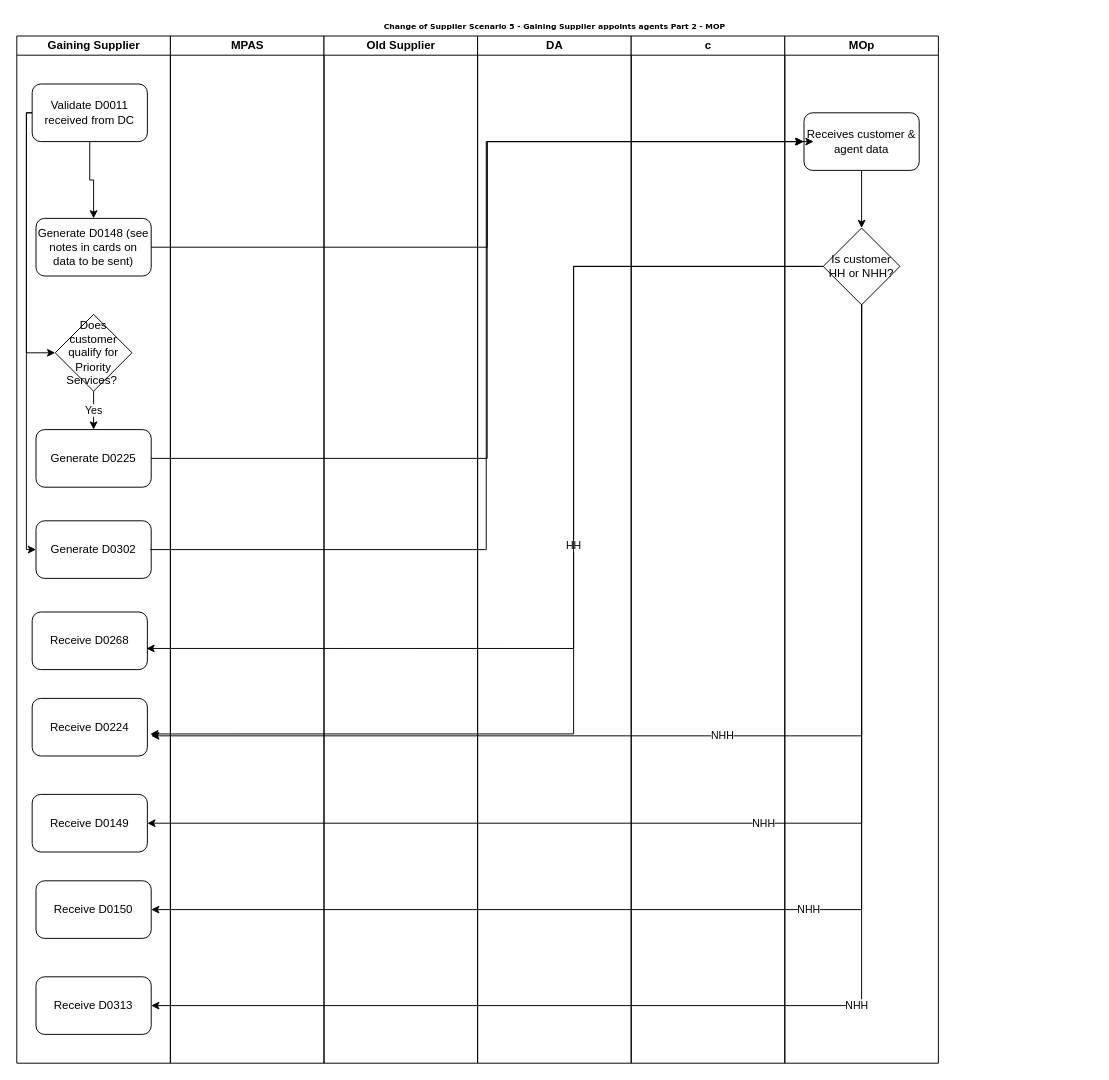
andykanu/energy-business-processes keeps this draw.io diagram as Gaining Customer Electricity Scenario 6.drawio. Above is the earlier version. Source tidied: cells renumbered, new cells numbered last; positions are measured from the earlier drawing's top-left corner, leaving out a move shared by most shapes. Both pictures are drawn from the tidied source at 96%, with x=0, y=0 at pixel (16, 16).
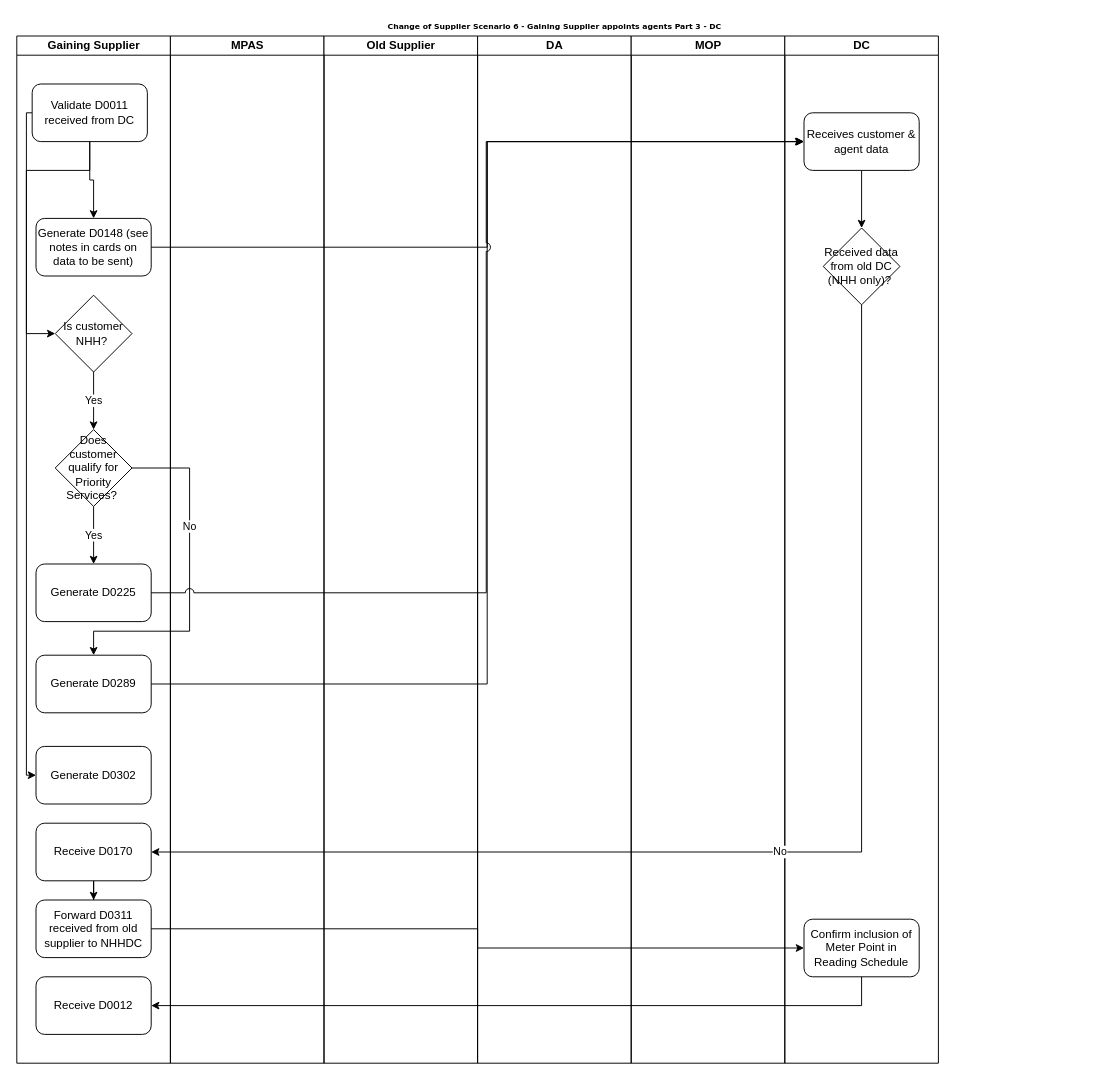
Above is the later version.

Unchanged cells that the change refers to:
```xml
<mxCell id="3" value="Gaining Supplier" style="swimlane;html=1;startSize=20;" parent="2" vertex="1">
  <mxGeometry y="20" width="160" height="1070" as="geometry" />
</mxCell>
<mxCell id="8" value="Validate D0011 received from DC" style="rounded=1;whiteSpace=wrap;html=1;" parent="3" vertex="1">
  <mxGeometry x="16" y="50" width="120" height="60" as="geometry" />
</mxCell>
<mxCell id="25" value="Receives customer &amp;amp; agent data" style="rounded=1;whiteSpace=wrap;html=1;" parent="23" vertex="1">
  <mxGeometry x="20" y="80" width="120" height="60" as="geometry" />
</mxCell>
```

The edit, as a diff of the source:
```diff
@@
-    <mxCell id="2" value="Change of Supplier Scenario 5 - Gaining Supplier appoints agents Part 2 - MOP" style="swimlane;html=1;startSize=20;rounded=0;shadow=0;labelBackgroundColor=none;strokeColor=none;strokeWidth=1;fillColor=#ffffff;fontFamily=Verdana;fontSize=8;fontColor=#000000;align=center;" parent="1" vertex="1">
+    <mxCell id="2" value="Change of Supplier Scenario 6 - Gaining Supplier appoints agents Part 3 - DC" style="swimlane;html=1;startSize=20;rounded=0;shadow=0;labelBackgroundColor=none;strokeColor=none;strokeWidth=1;fillColor=#ffffff;fontFamily=Verdana;fontSize=8;fontColor=#000000;align=center;" parent="1" vertex="1">
       <mxGeometry width="1120" height="1090" as="geometry" />
     </mxCell>
@@
-    <mxCell id="6" style="edgeStyle=orthogonalEdgeStyle;rounded=0;jettySize=auto;html=1;entryX=0;entryY=0.5;entryDx=0;entryDy=0;" parent="3" edge="1" source="8" target="11">
+    <mxCell id="6" style="edgeStyle=orthogonalEdgeStyle;rounded=0;jettySize=auto;html=1;entryX=0;entryY=0.5;entryDx=0;entryDy=0;" parent="3" edge="1" source="8" target="38">
       <mxGeometry relative="1" as="geometry">
         <Array as="points">
           <mxPoint x="10" y="80" />
-          <mxPoint x="10" y="330" />
+          <mxPoint x="10" y="310" />
         </Array>
       </mxGeometry>
     </mxCell>
     <mxCell id="7" style="edgeStyle=orthogonalEdgeStyle;rounded=0;jettySize=auto;html=1;entryX=0;entryY=0.5;entryDx=0;entryDy=0;" parent="3" edge="1" source="8" target="13">
       <mxGeometry relative="1" as="geometry">
         <Array as="points">
-          <mxPoint x="10" y="80" />
-          <mxPoint x="10" y="535" />
+          <mxPoint x="76" y="140" />
+          <mxPoint x="10" y="140" />
+          <mxPoint x="10" y="770" />
         </Array>
       </mxGeometry>
     </mxCell>
@@
+    <mxCell id="36" value="No" style="edgeStyle=orthogonalEdgeStyle;rounded=0;jettySize=auto;html=1;exitX=1;exitY=0.5;exitDx=0;exitDy=0;entryX=0.5;entryY=0;entryDx=0;entryDy=0;jumpStyle=arc;jumpSize=9;" parent="3" edge="1" source="11" target="39">
+      <mxGeometry x="-0.32" relative="1" as="geometry">
+        <Array as="points">
+          <mxPoint x="180" y="450" />
+          <mxPoint x="180" y="620" />
+          <mxPoint x="80" y="620" />
+        </Array>
+      </mxGeometry>
+    </mxCell>
     <mxCell id="11" value="Does customer qualify for Priority Services?&amp;nbsp;" style="rhombus;whiteSpace=wrap;html=1;" parent="3" vertex="1">
-      <mxGeometry x="40" y="290" width="80" height="80" as="geometry" />
+      <mxGeometry x="40" y="410" width="80" height="80" as="geometry" />
     </mxCell>
     <mxCell id="12" value="Generate D0225" style="rounded=1;whiteSpace=wrap;html=1;" parent="3" vertex="1">
-      <mxGeometry x="20" y="410" width="120" height="60" as="geometry" />
+      <mxGeometry x="20" y="550" width="120" height="60" as="geometry" />
     </mxCell>
     <mxCell id="13" value="Generate D0302" style="rounded=1;whiteSpace=wrap;html=1;" parent="3" vertex="1">
-      <mxGeometry x="20" y="505" width="120" height="60" as="geometry" />
+      <mxGeometry x="20" y="740" width="120" height="60" as="geometry" />
     </mxCell>
-    <mxCell id="14" value="Receive D0268" style="rounded=1;whiteSpace=wrap;html=1;" parent="3" vertex="1">
-      <mxGeometry x="16" y="600" width="120" height="60" as="geometry" />
-    </mxCell>
-    <mxCell id="15" value="Receive D0224" style="rounded=1;whiteSpace=wrap;html=1;" parent="3" vertex="1">
-      <mxGeometry x="16" y="690" width="120" height="60" as="geometry" />
-    </mxCell>
-    <mxCell id="16" value="Receive D0149" style="rounded=1;whiteSpace=wrap;html=1;" parent="3" vertex="1">
-      <mxGeometry x="16" y="790" width="120" height="60" as="geometry" />
-    </mxCell>
-    <mxCell id="17" value="Receive D0150" style="rounded=1;whiteSpace=wrap;html=1;" parent="3" vertex="1">
-      <mxGeometry x="20" y="880" width="120" height="60" as="geometry" />
-    </mxCell>
-    <mxCell id="18" value="Receive D0313" style="rounded=1;whiteSpace=wrap;html=1;" parent="3" vertex="1">
-      <mxGeometry x="20" y="980" width="120" height="60" as="geometry" />
-    </mxCell>
+    <mxCell id="37" value="Yes" style="edgeStyle=orthogonalEdgeStyle;rounded=0;jettySize=auto;html=1;exitX=0.5;exitY=1;exitDx=0;exitDy=0;entryX=0.5;entryY=0;entryDx=0;entryDy=0;" parent="3" edge="1" source="38" target="11">
+      <mxGeometry relative="1" as="geometry" />
+    </mxCell>
+    <mxCell id="38" value="Is customer NHH?&amp;nbsp;" style="rhombus;whiteSpace=wrap;html=1;" parent="3" vertex="1">
+      <mxGeometry x="40" y="270" width="80" height="80" as="geometry" />
+    </mxCell>
+    <mxCell id="39" value="Generate D0289" style="rounded=1;whiteSpace=wrap;html=1;" parent="3" vertex="1">
+      <mxGeometry x="20" y="645" width="120" height="60" as="geometry" />
+    </mxCell>
+    <mxCell id="40" style="edgeStyle=orthogonalEdgeStyle;rounded=0;jumpStyle=arc;jumpSize=9;jettySize=auto;html=1;exitX=0.5;exitY=1;exitDx=0;exitDy=0;" parent="3" edge="1" source="41" target="42">
+      <mxGeometry relative="1" as="geometry" />
+    </mxCell>
+    <mxCell id="41" value="Receive D0170" style="rounded=1;whiteSpace=wrap;html=1;" parent="3" vertex="1">
+      <mxGeometry x="20" y="820" width="120" height="60" as="geometry" />
+    </mxCell>
+    <mxCell id="42" value="Forward D0311 received from old supplier to NHHDC" style="rounded=1;whiteSpace=wrap;html=1;" parent="3" vertex="1">
+      <mxGeometry x="20" y="900" width="120" height="60" as="geometry" />
+    </mxCell>
+    <mxCell id="43" style="edgeStyle=orthogonalEdgeStyle;rounded=0;jumpStyle=arc;jumpSize=9;orthogonalLoop=1;jettySize=auto;html=1;exitX=0.5;exitY=1;exitDx=0;exitDy=0;" parent="3" edge="1" source="42" target="42">
+      <mxGeometry relative="1" as="geometry" />
+    </mxCell>
+    <mxCell id="44" value="Receive D0012" style="rounded=1;whiteSpace=wrap;html=1;" parent="3" vertex="1">
+      <mxGeometry x="20" y="980" width="120" height="60" as="geometry" />
+    </mxCell>
@@
-    <mxCell id="22" value="c" style="swimlane;html=1;startSize=20;" parent="2" vertex="1">
+    <mxCell id="22" value="MOP" style="swimlane;html=1;startSize=20;" parent="2" vertex="1">
       <mxGeometry x="640" y="20" width="160" height="1070" as="geometry" />
     </mxCell>
-    <mxCell id="23" value="MOp" style="swimlane;html=1;startSize=20;" parent="2" vertex="1">
+    <mxCell id="23" value="DC" style="swimlane;html=1;startSize=20;" parent="2" vertex="1">
       <mxGeometry x="800" y="20" width="160" height="1070" as="geometry" />
     </mxCell>
@@
-    <mxCell id="26" value="Is customer HH or NHH?" style="rhombus;whiteSpace=wrap;html=1;" parent="23" vertex="1">
+    <mxCell id="26" value="Received data from old DC (NHH only)?&amp;nbsp;" style="rhombus;whiteSpace=wrap;html=1;" parent="23" vertex="1">
       <mxGeometry x="40" y="200" width="80" height="80" as="geometry" />
     </mxCell>
+    <mxCell id="45" value="Confirm inclusion of Meter Point in Reading Schedule" style="rounded=1;whiteSpace=wrap;html=1;" parent="23" vertex="1">
+      <mxGeometry x="20" y="920" width="120" height="60" as="geometry" />
+    </mxCell>
@@
-    <mxCell id="28" value="HH" style="edgeStyle=orthogonalEdgeStyle;rounded=0;jettySize=auto;html=1;exitX=0;exitY=0.5;exitDx=0;exitDy=0;entryX=0.992;entryY=0.633;entryDx=0;entryDy=0;entryPerimeter=0;" parent="2" edge="1" source="26" target="14">
-      <mxGeometry relative="1" as="geometry">
-        <Array as="points">
-          <mxPoint x="580" y="260" />
-          <mxPoint x="580" y="658" />
-        </Array>
-      </mxGeometry>
-    </mxCell>
-    <mxCell id="29" style="edgeStyle=orthogonalEdgeStyle;rounded=0;jettySize=auto;html=1;exitX=0;exitY=0.5;exitDx=0;exitDy=0;entryX=1.025;entryY=0.617;entryDx=0;entryDy=0;entryPerimeter=0;" parent="2" edge="1" source="26" target="15">
-      <mxGeometry relative="1" as="geometry">
-        <Array as="points">
-          <mxPoint x="580" y="260" />
-          <mxPoint x="580" y="747" />
-        </Array>
-      </mxGeometry>
-    </mxCell>
-    <mxCell id="30" value="NHH" style="edgeStyle=orthogonalEdgeStyle;rounded=0;jettySize=auto;html=1;exitX=0.5;exitY=1;exitDx=0;exitDy=0;entryX=1;entryY=0.5;entryDx=0;entryDy=0;" parent="2" edge="1" source="26" target="16">
-      <mxGeometry relative="1" as="geometry" />
-    </mxCell>
-    <mxCell id="31" value="NHH" style="edgeStyle=orthogonalEdgeStyle;rounded=0;jettySize=auto;html=1;exitX=0.5;exitY=1;exitDx=0;exitDy=0;entryX=1;entryY=0.5;entryDx=0;entryDy=0;" parent="2" edge="1" source="26" target="17">
-      <mxGeometry relative="1" as="geometry" />
-    </mxCell>
-    <mxCell id="32" value="NHH" style="edgeStyle=orthogonalEdgeStyle;rounded=0;jettySize=auto;html=1;exitX=0.5;exitY=1;exitDx=0;exitDy=0;entryX=1;entryY=0.5;entryDx=0;entryDy=0;" parent="2" edge="1" source="26" target="18">
-      <mxGeometry relative="1" as="geometry" />
-    </mxCell>
-    <mxCell id="33" style="edgeStyle=orthogonalEdgeStyle;rounded=0;jettySize=auto;html=1;exitX=1;exitY=0.5;exitDx=0;exitDy=0;" parent="1" edge="1" source="12">
-      <mxGeometry relative="1" as="geometry">
-        <mxPoint x="830" y="130" as="targetPoint" />
-        <Array as="points">
-          <mxPoint x="490" y="460" />
-          <mxPoint x="490" y="130" />
-        </Array>
-      </mxGeometry>
-    </mxCell>
+    <mxCell id="46" style="edgeStyle=orthogonalEdgeStyle;rounded=0;jumpStyle=arc;jumpSize=9;jettySize=auto;html=1;exitX=1;exitY=0.5;exitDx=0;exitDy=0;entryX=0;entryY=0.5;entryDx=0;entryDy=0;" parent="2" edge="1" source="39" target="25">
+      <mxGeometry relative="1" as="geometry">
+        <Array as="points">
+          <mxPoint x="490" y="695" />
+          <mxPoint x="490" y="130" />
+        </Array>
+      </mxGeometry>
+    </mxCell>
+    <mxCell id="47" value="No" style="edgeStyle=orthogonalEdgeStyle;rounded=0;jumpStyle=arc;jumpSize=9;jettySize=auto;html=1;exitX=0.5;exitY=1;exitDx=0;exitDy=0;entryX=1;entryY=0.5;entryDx=0;entryDy=0;" parent="2" edge="1" source="26" target="41">
+      <mxGeometry relative="1" as="geometry" />
+    </mxCell>
+    <mxCell id="48" style="edgeStyle=orthogonalEdgeStyle;rounded=0;jumpStyle=arc;jumpSize=9;jettySize=auto;html=1;exitX=1;exitY=0.5;exitDx=0;exitDy=0;entryX=0;entryY=0.5;entryDx=0;entryDy=0;" parent="2" edge="1" source="42" target="45">
+      <mxGeometry relative="1" as="geometry" />
+    </mxCell>
+    <mxCell id="49" style="edgeStyle=orthogonalEdgeStyle;rounded=0;jumpStyle=arc;jumpSize=9;jettySize=auto;html=1;exitX=0.5;exitY=1;exitDx=0;exitDy=0;entryX=1;entryY=0.5;entryDx=0;entryDy=0;" parent="2" edge="1" source="45" target="44">
+      <mxGeometry relative="1" as="geometry" />
+    </mxCell>
-    <mxCell id="34" style="edgeStyle=orthogonalEdgeStyle;rounded=0;orthogonalLoop=1;jettySize=auto;html=1;exitX=1;exitY=0.5;exitDx=0;exitDy=0;" parent="1" edge="1">
+    <mxCell id="34" style="edgeStyle=orthogonalEdgeStyle;rounded=0;jettySize=auto;html=1;exitX=1;exitY=0.5;exitDx=0;exitDy=0;jumpStyle=arc;jumpSize=9;" parent="1" edge="1" source="12">
       <mxGeometry relative="1" as="geometry">
-        <mxPoint x="139" y="555" as="sourcePoint" />
         <mxPoint x="819" y="130" as="targetPoint" />
         <Array as="points">
-          <mxPoint x="489" y="555" />
+          <mxPoint x="489" y="600" />
           <mxPoint x="489" y="130" />
         </Array>
       </mxGeometry>
     </mxCell>
-    <mxCell id="35" value="NHH" style="edgeStyle=orthogonalEdgeStyle;rounded=0;orthogonalLoop=1;jettySize=auto;html=1;exitX=0.5;exitY=1;exitDx=0;exitDy=0;" parent="1" edge="1">
-      <mxGeometry relative="1" as="geometry">
-        <mxPoint x="880" y="299" as="sourcePoint" />
-        <mxPoint x="140" y="749" as="targetPoint" />
-        <Array as="points">
-          <mxPoint x="880" y="749" />
-        </Array>
-      </mxGeometry>
-    </mxCell>
```
